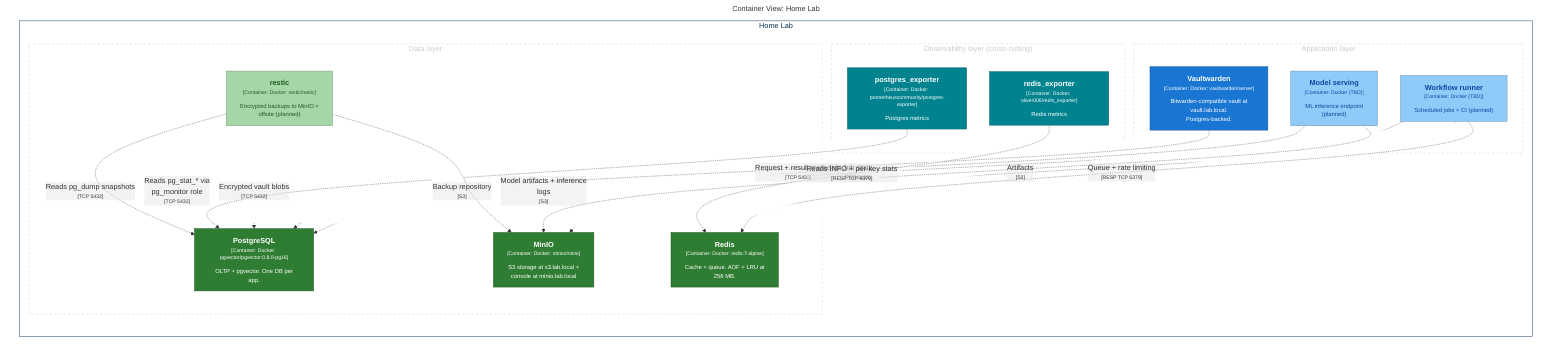
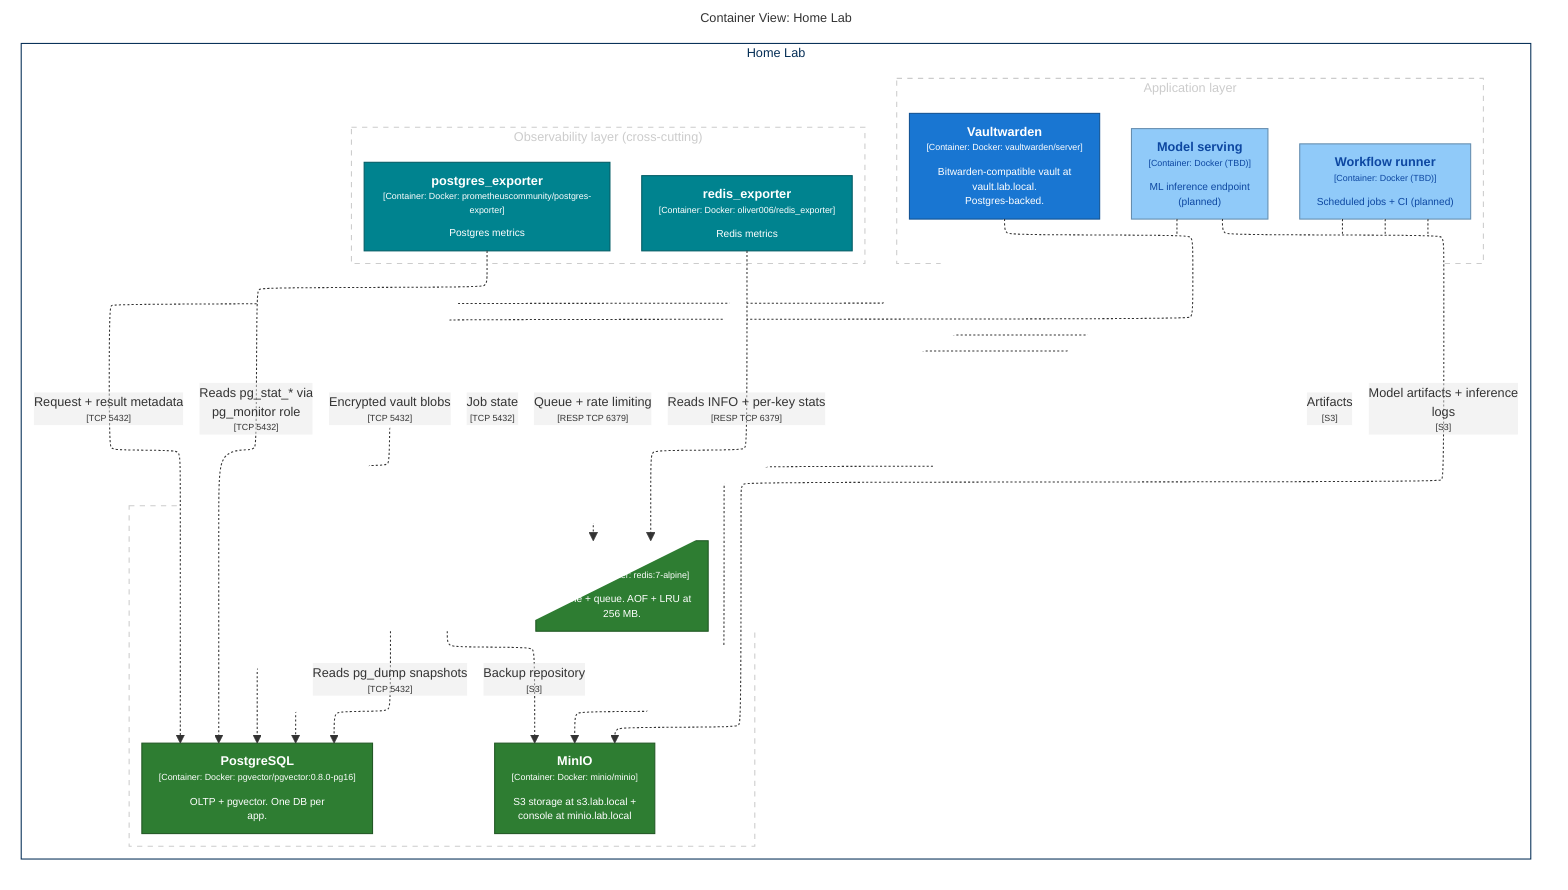
- graph LR
+ %%{init: {
+   "theme": "default",
+   "themeVariables": {"fontSize": "12px", "fontFamily": "arial"},
+   "flowchart": {
+     "defaultRenderer": "elk",
+     "rankSpacing": 50,
+     "nodeSpacing": 30,
+     "padding": 8,
+     "curve": "basis"
+   }
+ }}%%
+ graph TB
  linkStyle default fill:#ffffff

  subgraph diagram ["Container View: Home Lab"]
    style diagram fill:#ffffff,stroke:#ffffff

    subgraph 5 ["Home Lab"]
      style 5 fill:#ffffff,stroke:#052e56,color:#052e56

      subgraph group1 ["Application layer"]
        style group1 fill:#ffffff,stroke:#cccccc,color:#cccccc,stroke-dasharray:5

        11["<div style='font-weight: bold'>Model serving</div><div style='font-size: 70%; margin-top: 0px'>[Container: Docker (TBD)]</div><div style='font-size: 80%; margin-top:10px'>ML inference endpoint<br />(planned)</div>"]
        style 11 fill:#90caf9,stroke:#648dae,color:#0d47a1
        14["<div style='font-weight: bold'>Vaultwarden</div><div style='font-size: 70%; margin-top: 0px'>[Container: Docker: vaultwarden/server]</div><div style='font-size: 80%; margin-top:10px'>Bitwarden-compatible vault at<br />vault.lab.local.<br />Postgres-backed.</div>"]
        style 14 fill:#1976d2,stroke:#115293,color:#ffffff
        9["<div style='font-weight: bold'>Workflow runner</div><div style='font-size: 70%; margin-top: 0px'>[Container: Docker (TBD)]</div><div style='font-size: 80%; margin-top:10px'>Scheduled jobs + CI (planned)</div>"]
        style 9 fill:#90caf9,stroke:#648dae,color:#0d47a1
      end

      subgraph group2 ["Data layer"]
        style group2 fill:#ffffff,stroke:#cccccc,color:#cccccc,stroke-dasharray:5

        18["<div style='font-weight: bold'>PostgreSQL</div><div style='font-size: 70%; margin-top: 0px'>[Container: Docker: pgvector/pgvector:0.8.0-pg16]</div><div style='font-size: 80%; margin-top:10px'>OLTP + pgvector. One DB per<br />app.</div>"]
        style 18 fill:#2e7d32,stroke:#205723,color:#ffffff
        19["<div style='font-weight: bold'>MinIO</div><div style='font-size: 70%; margin-top: 0px'>[Container: Docker: minio/minio]</div><div style='font-size: 80%; margin-top:10px'>S3 storage at s3.lab.local +<br />console at minio.lab.local</div>"]
        style 19 fill:#2e7d32,stroke:#205723,color:#ffffff
        20["<div style='font-weight: bold'>Redis</div><div style='font-size: 70%; margin-top: 0px'>[Container: Docker: redis:7-alpine]</div><div style='font-size: 80%; margin-top:10px'>Cache + queue. AOF + LRU at<br />256 MB.</div>"]
        style 20 fill:#2e7d32,stroke:#205723,color:#ffffff
        21["<div style='font-weight: bold'>restic</div><div style='font-size: 70%; margin-top: 0px'>[Container: Docker: restic/restic]</div><div style='font-size: 80%; margin-top:10px'>Encrypted backups to MinIO +<br />offsite (planned)</div>"]
        style 21 fill:#a5d6a7,stroke:#739574,color:#1b5e20
      end

      subgraph group3 ["Observability layer (cross-cutting)"]
        style group3 fill:#ffffff,stroke:#cccccc,color:#cccccc,stroke-dasharray:5

        31["<div style='font-weight: bold'>postgres_exporter</div><div style='font-size: 70%; margin-top: 0px'>[Container: Docker: prometheuscommunity/postgres-exporter]</div><div style='font-size: 80%; margin-top:10px'>Postgres metrics</div>"]
        style 31 fill:#00838f,stroke:#005b64,color:#ffffff
        32["<div style='font-weight: bold'>redis_exporter</div><div style='font-size: 70%; margin-top: 0px'>[Container: Docker: oliver006/redis_exporter]</div><div style='font-size: 80%; margin-top:10px'>Redis metrics</div>"]
        style 32 fill:#00838f,stroke:#005b64,color:#ffffff
      end

    end

    9-. "<div>Job state</div><div style='font-size: 70%'>[TCP 5432]</div>" .->18
    9-. "<div>Artifacts</div><div style='font-size: 70%'>[S3]</div>" .->19
    9-. "<div>Queue + rate limiting</div><div style='font-size: 70%'>[RESP TCP 6379]</div>" .->20
    11-. "<div>Model artifacts + inference<br />logs</div><div style='font-size: 70%'>[S3]</div>" .->19
    11-. "<div>Request + result metadata</div><div style='font-size: 70%'>[TCP 5432]</div>" .->18
    14-. "<div>Encrypted vault blobs</div><div style='font-size: 70%'>[TCP 5432]</div>" .->18
    31-. "<div>Reads pg_stat_* via<br />pg_monitor role</div><div style='font-size: 70%'>[TCP 5432]</div>" .->18
    32-. "<div>Reads INFO + per-key stats</div><div style='font-size: 70%'>[RESP TCP 6379]</div>" .->20
    21-. "<div>Reads pg_dump snapshots</div><div style='font-size: 70%'>[TCP 5432]</div>" .->18
    21-. "<div>Backup repository</div><div style='font-size: 70%'>[S3]</div>" .->19

  end